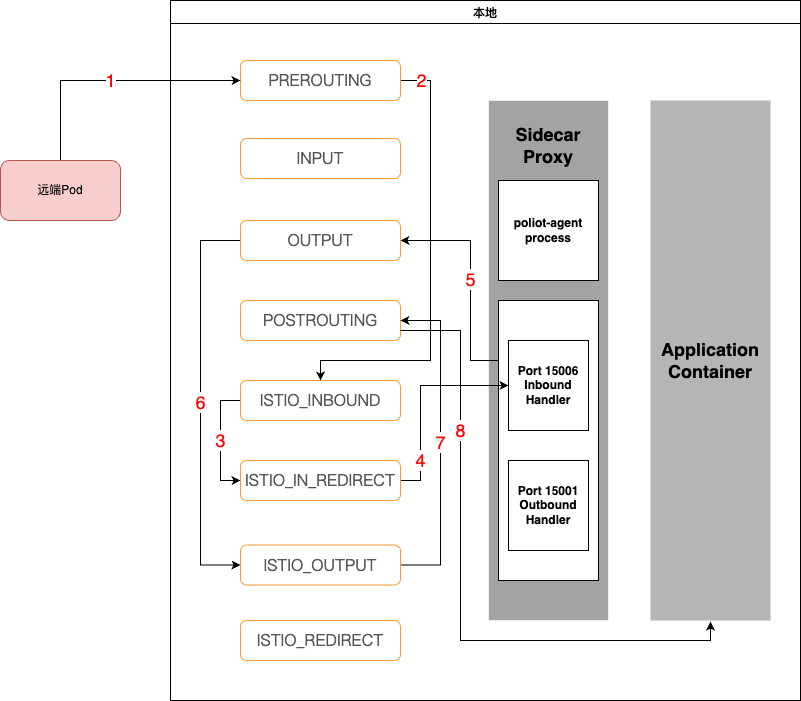
The draw.io diagram diagrams/istio-traffic-types-rules.drawio.png in kbsonlong/notes_statics, before a commit. Source tidied: cells renumbered, new cells last; positions are measured from the earlier drawing's top-left corner, leaving out a move shared by most shapes.
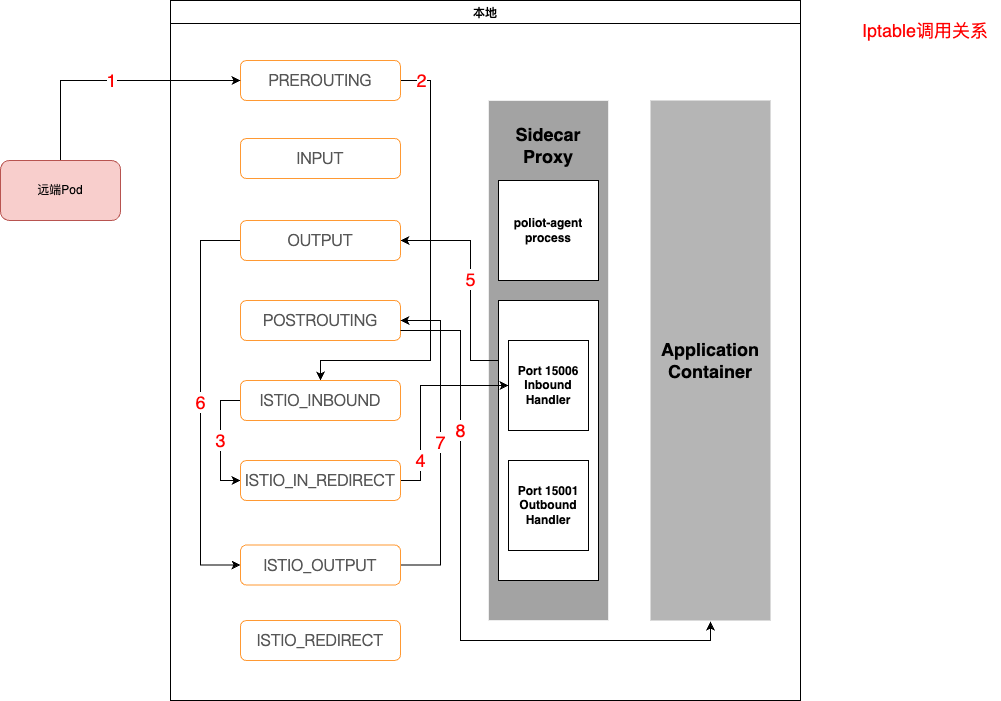
After the commit.

What changed in the source:
```diff
@@ -114,5 +114,8 @@
         </Array>
       </mxGeometry>
     </mxCell>
+    <mxCell id="27" value="Iptable调用关系" style="text;html=1;strokeColor=none;fillColor=none;align=center;verticalAlign=middle;whiteSpace=wrap;rounded=0;labelBorderColor=none;fontSize=18;fontColor=#FF0000;" parent="1" vertex="1">
+      <mxGeometry x="850" y="20" width="150" height="20" as="geometry" />
+    </mxCell>
   </root>
 </mxGraphModel>
```
